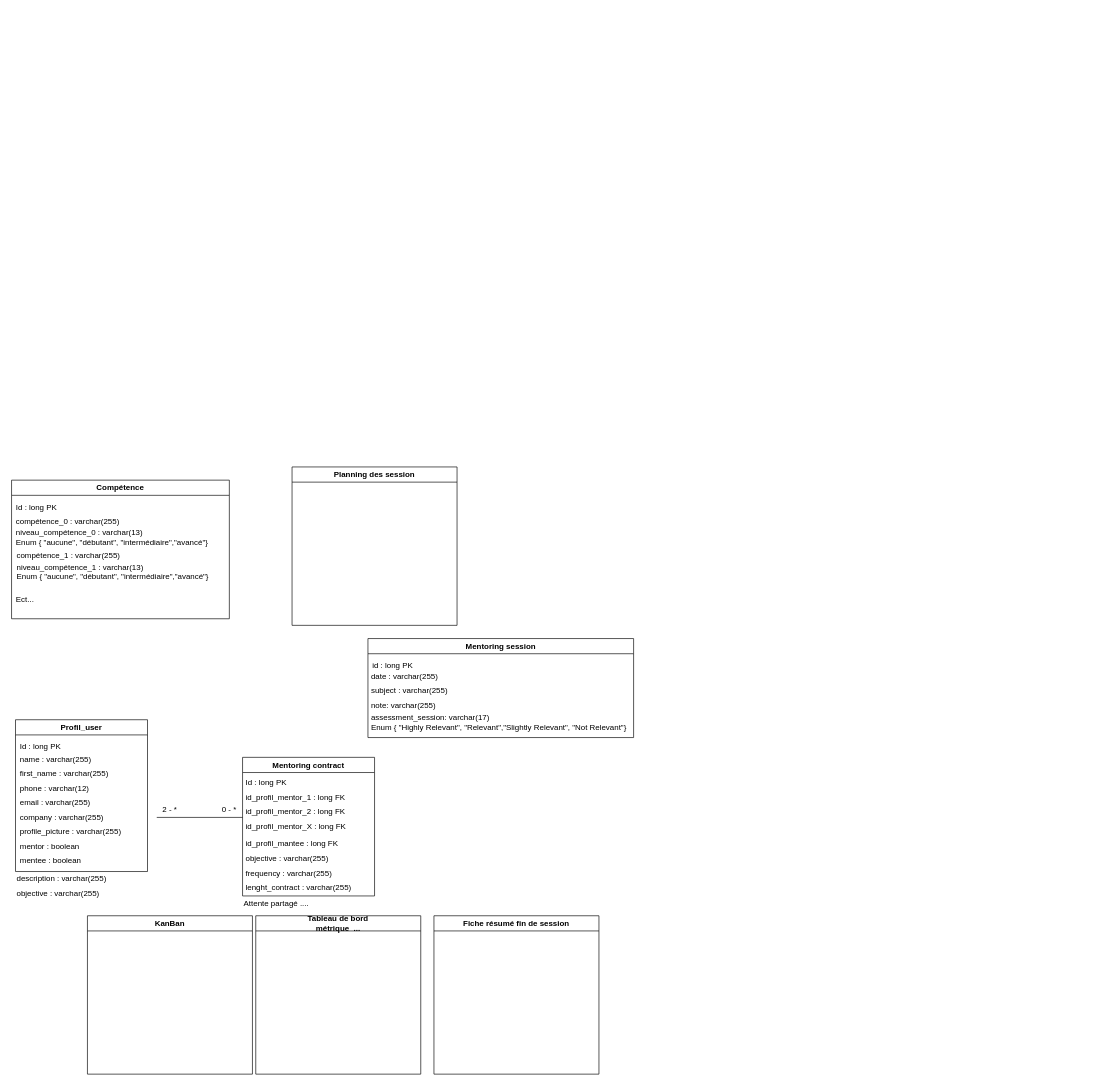
The draw.io diagram Modèle de domaine/Untitled Diagram.drawio in qbeAccountPro/beraud-quentin-projet-3, before the edit. Source tidied: cells renumbered, new cells numbered last; positions are measured from the earlier drawing's top-left corner, leaving out a move shared by most shapes. Both pictures are drawn from the tidied source at 66%, with x=0, y=0 at pixel (11, 467).
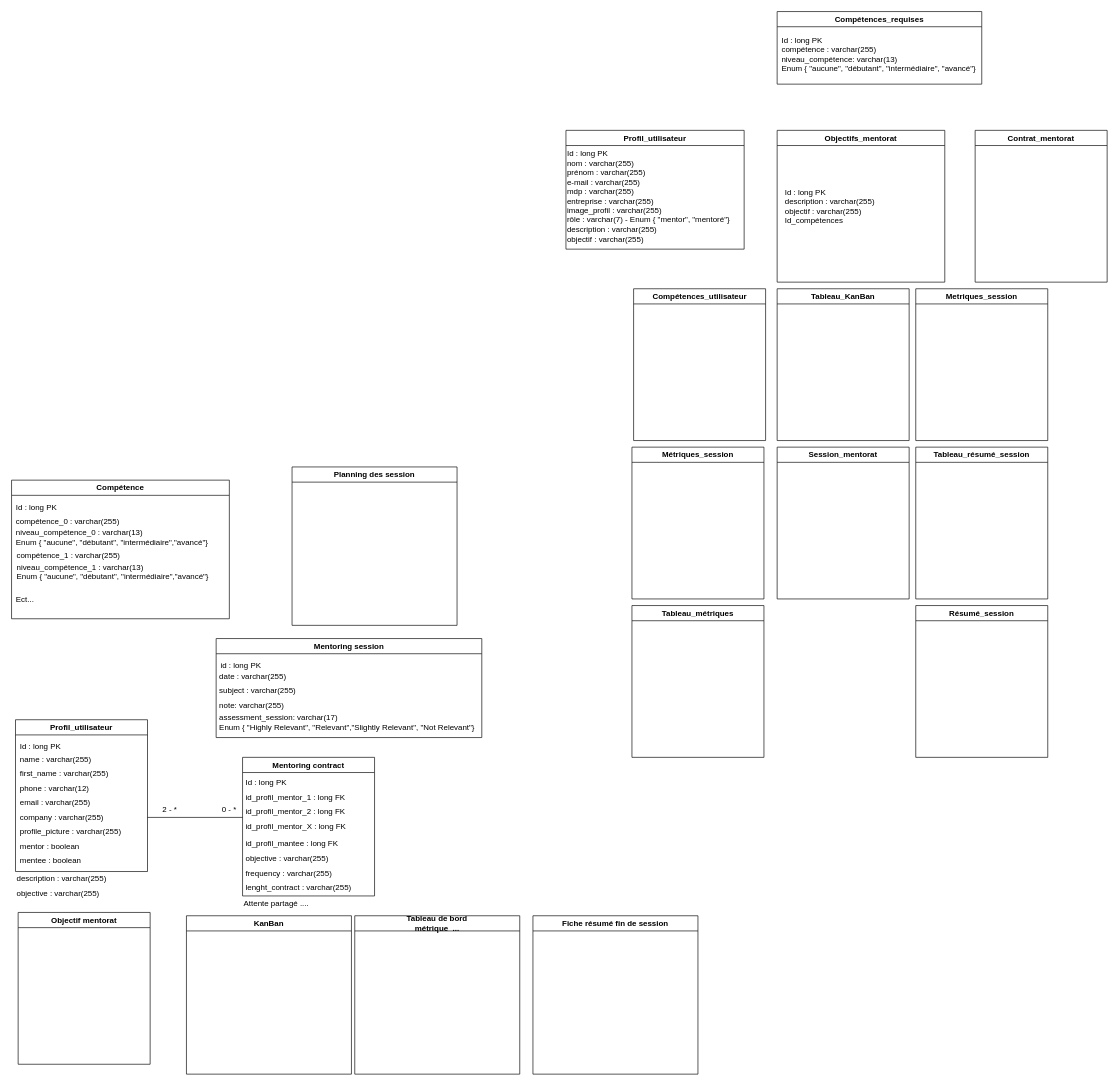
Above is the later version.

Commit message:
Mettre à jour Untitled Diagram.drawio

The change refers to these unchanged cells:
```xml
<mxCell id="36" value="&lt;span style=&quot;background-color: initial;&quot;&gt;company : varchar(255)&lt;/span&gt;" style="text;html=1;strokeColor=none;fillColor=none;align=left;verticalAlign=middle;whiteSpace=wrap;rounded=0;fontStyle=0;" parent="28" vertex="1">
  <mxGeometry x="5" y="137" width="195" height="22" as="geometry" />
</mxCell>
```

What changed in the source:
```diff
@@
     <mxCell id="2" value="Mentoring session" style="swimlane;whiteSpace=wrap;html=1;startSize=23;" parent="1" vertex="1">
-      <mxGeometry x="540" y="260" width="402.5" height="150" as="geometry" />
+      <mxGeometry x="310" y="260" width="402.5" height="150" as="geometry" />
     </mxCell>
@@
     <mxCell id="17" value="Tableau de bord&lt;br&gt;métrique&amp;nbsp; ..." style="swimlane;whiteSpace=wrap;html=1;" parent="1" vertex="1">
-      <mxGeometry x="370" y="680" width="250" height="240" as="geometry" />
+      <mxGeometry x="520" y="680" width="250" height="240" as="geometry" />
     </mxCell>
@@
-    <mxCell id="23" style="endArrow=none;html=1;rounded=0;spacing=0;" parent="1" edge="1">
+    <mxCell id="23" style="endArrow=none;html=1;rounded=0;spacing=0;entryX=1;entryY=0.5;entryDx=0;entryDy=0;" parent="1" edge="1" target="36">
       <mxGeometry relative="1" as="geometry">
         <mxPoint x="350" y="531" as="sourcePoint" />
-        <mxPoint x="220" y="531" as="targetPoint" />
       </mxGeometry>
     </mxCell>
@@
-    <mxCell id="28" value="Profil_user" style="swimlane;whiteSpace=wrap;html=1;" parent="1" vertex="1">
+    <mxCell id="28" value="Profil_utilisateur" style="swimlane;whiteSpace=wrap;html=1;" parent="1" vertex="1">
       <mxGeometry x="6" y="383" width="200" height="230" as="geometry" />
     </mxCell>
@@
     <mxCell id="38" value="Fiche résumé fin de session" style="swimlane;whiteSpace=wrap;html=1;" parent="1" vertex="1">
-      <mxGeometry x="640" y="680" width="250" height="240" as="geometry" />
+      <mxGeometry x="790" y="680" width="250" height="240" as="geometry" />
     </mxCell>
@@
     <mxCell id="42" value="KanBan" style="swimlane;whiteSpace=wrap;html=1;" parent="1" vertex="1">
-      <mxGeometry x="115" y="680" width="250" height="240" as="geometry" />
+      <mxGeometry x="265" y="680" width="250" height="240" as="geometry" />
     </mxCell>
@@
+    <mxCell id="44" value="Objectif mentorat" style="swimlane;whiteSpace=wrap;html=1;" parent="1" vertex="1">
+      <mxGeometry x="10" y="675" width="200" height="230" as="geometry" />
+    </mxCell>
+    <mxCell id="45" value="Profil_utilisateur" style="swimlane;whiteSpace=wrap;html=1;" parent="1" vertex="1">
+      <mxGeometry x="840" y="-510" width="270" height="180" as="geometry" />
+    </mxCell>
+    <mxCell id="46" value="Id : long PK&lt;br&gt;nom : varchar(255)&lt;br&gt;prénom : varchar(255)&lt;br&gt;e-mail : varchar(255)&lt;br&gt;mdp : varchar(255)&lt;br&gt;entreprise : varchar(255)&lt;br&gt;image_profil : varchar(255)&lt;br&gt;rôle : varchar(7) - Enum { &quot;mentor&quot;, &quot;mentoré&quot;}&lt;br&gt;description : varchar(255)&lt;br&gt;objectif : varchar(255)" style="text;html=1;strokeColor=none;fillColor=none;align=left;verticalAlign=middle;whiteSpace=wrap;rounded=1;fontStyle=0;" parent="45" vertex="1">
+      <mxGeometry y="15" width="254" height="170" as="geometry" />
+    </mxCell>
+    <mxCell id="47" value="Objectifs_mentorat" style="swimlane;whiteSpace=wrap;html=1;" parent="1" vertex="1">
+      <mxGeometry x="1160" y="-510" width="254" height="230" as="geometry" />
+    </mxCell>
+    <mxCell id="48" value="Id : long PK&lt;br&gt;description : varchar(255)&lt;br&gt;objectif : varchar(255)&lt;br&gt;Id_compétences" style="text;html=1;strokeColor=none;fillColor=none;align=left;verticalAlign=middle;whiteSpace=wrap;rounded=1;fontStyle=0;" parent="47" vertex="1">
+      <mxGeometry x="10" y="30" width="190" height="170" as="geometry" />
+    </mxCell>
+    <mxCell id="49" value="Contrat_mentorat" style="swimlane;whiteSpace=wrap;html=1;" parent="1" vertex="1">
+      <mxGeometry x="1460" y="-510" width="200" height="230" as="geometry" />
+    </mxCell>
+    <mxCell id="50" value="Compétences_utilisateur" style="swimlane;whiteSpace=wrap;html=1;" parent="1" vertex="1">
+      <mxGeometry x="942.5" y="-270" width="200" height="230" as="geometry" />
+    </mxCell>
+    <mxCell id="51" value="Tableau_KanBan" style="swimlane;whiteSpace=wrap;html=1;" parent="1" vertex="1">
+      <mxGeometry x="1160" y="-270" width="200" height="230" as="geometry" />
+    </mxCell>
+    <mxCell id="52" value="Metriques_session" style="swimlane;whiteSpace=wrap;html=1;" parent="1" vertex="1">
+      <mxGeometry x="1370" y="-270" width="200" height="230" as="geometry" />
+    </mxCell>
+    <mxCell id="53" value="Métriques_session" style="swimlane;whiteSpace=wrap;html=1;" parent="1" vertex="1">
+      <mxGeometry x="940" y="-30" width="200" height="230" as="geometry" />
+    </mxCell>
+    <mxCell id="54" value="Session_mentorat" style="swimlane;whiteSpace=wrap;html=1;" parent="1" vertex="1">
+      <mxGeometry x="1160" y="-30" width="200" height="230" as="geometry" />
+    </mxCell>
+    <mxCell id="55" value="Tableau_résumé_session" style="swimlane;whiteSpace=wrap;html=1;" parent="1" vertex="1">
+      <mxGeometry x="1370" y="-30" width="200" height="230" as="geometry" />
+    </mxCell>
+    <mxCell id="56" value="Tableau_métriques" style="swimlane;whiteSpace=wrap;html=1;" parent="1" vertex="1">
+      <mxGeometry x="940" y="210" width="200" height="230" as="geometry" />
+    </mxCell>
+    <mxCell id="57" value="Résumé_session" style="swimlane;whiteSpace=wrap;html=1;" parent="1" vertex="1">
+      <mxGeometry x="1370" y="210" width="200" height="230" as="geometry" />
+    </mxCell>
+    <mxCell id="58" value="Compétences_requises" style="swimlane;whiteSpace=wrap;html=1;" parent="1" vertex="1">
+      <mxGeometry x="1160" y="-690" width="310" height="110" as="geometry" />
+    </mxCell>
+    <mxCell id="59" value="Id : long PK&lt;br&gt;compétence : varchar(255)&lt;br&gt;niveau_compétence: varchar(13)&lt;br&gt;Enum { &quot;aucune&quot;, &quot;débutant&quot;, &quot;intermédiaire&quot;, &quot;avancé&quot;}" style="text;html=1;strokeColor=none;fillColor=none;align=left;verticalAlign=middle;whiteSpace=wrap;rounded=1;fontStyle=0;" parent="58" vertex="1">
+      <mxGeometry x="5" y="35" width="330" height="60" as="geometry" />
+    </mxCell>
```
